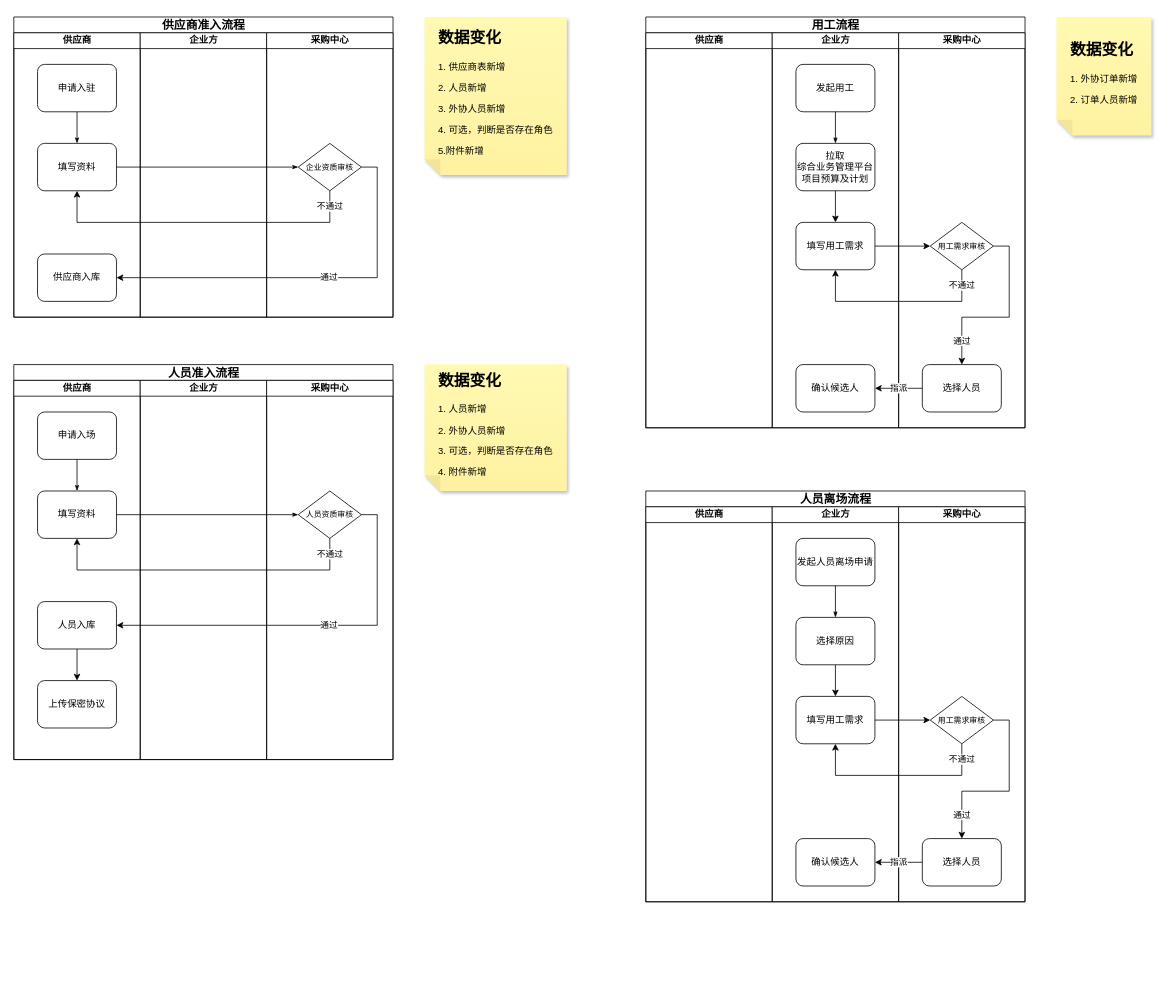
This is page "供应商准入流程" (1 of 2) of extend-staff/流程图.drawio from Qunz/drawio, a draw.io file, before an edit. Source tidied: cells renumbered, new cells numbered last; positions are measured from the earlier drawing's top-left corner, leaving out a move shared by most shapes. Both pictures are drawn from the tidied source at 79%, with x=0, y=0 at pixel (13, 17).
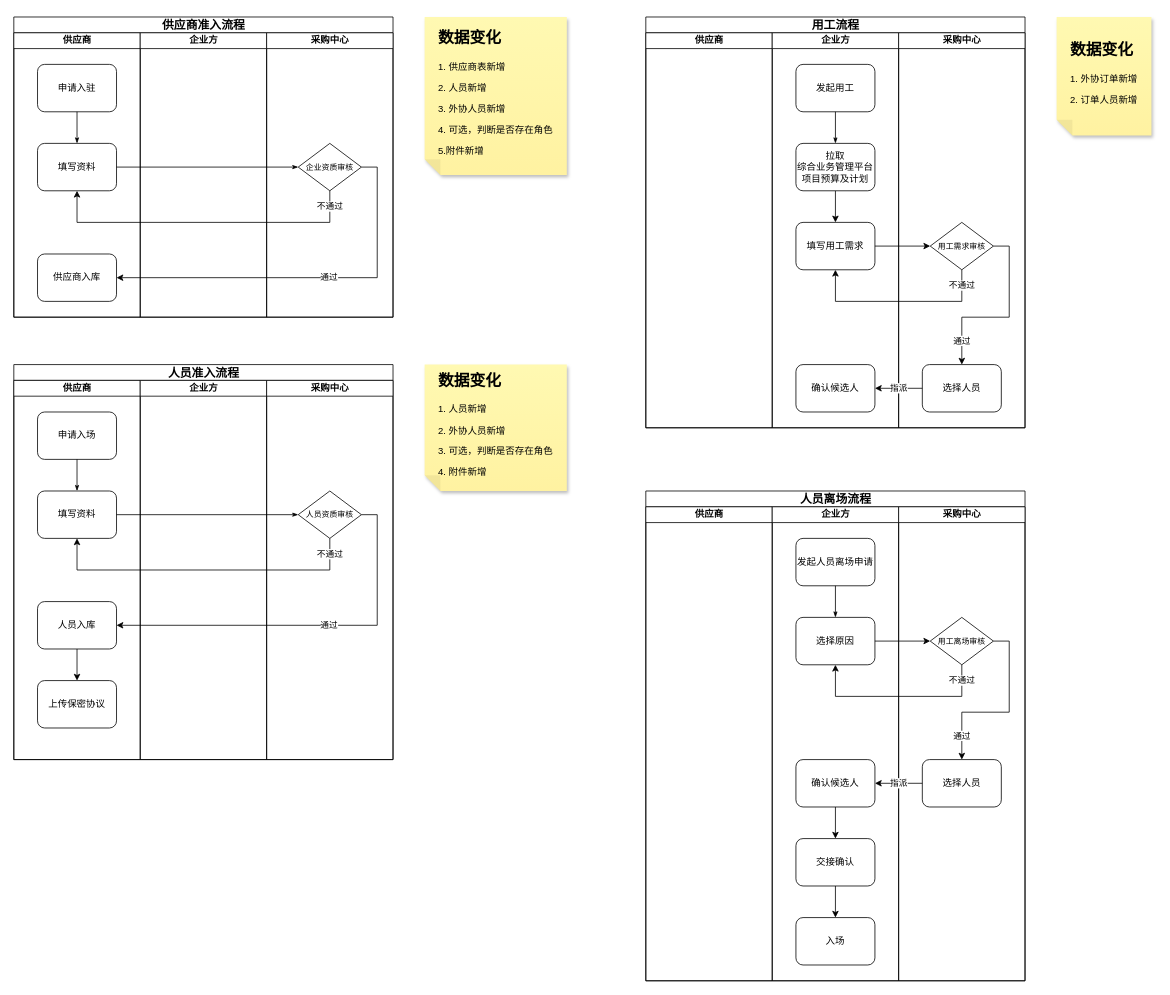
After the change.

Commit message (it also covers changes not shown here):
更新流程图.drawio

The change refers to these unchanged cells:
```xml
<mxCell id="68" value="选择原因" style="rounded=1;whiteSpace=wrap;html=1;shadow=0;labelBackgroundColor=none;strokeWidth=1;fontFamily=Verdana;fontSize=12;align=center;" parent="65" vertex="1">
  <mxGeometry x="30" y="140" width="100" height="60" as="geometry" />
</mxCell>
```

Change to the diagram source:
```diff
@@
     <mxCell id="59" value="人员离场流程" style="swimlane;html=1;startSize=20;rounded=0;shadow=0;labelBackgroundColor=none;strokeWidth=1;fontFamily=Verdana;fontSize=15;align=center;" parent="1" vertex="1">
-      <mxGeometry x="800" y="600" width="480" height="520" as="geometry" />
+      <mxGeometry x="800" y="600" width="480" height="620" as="geometry" />
     </mxCell>
     <mxCell id="60" value="供应商" style="swimlane;html=1;startSize=20;" parent="59" vertex="1">
-      <mxGeometry y="20" width="160" height="500" as="geometry" />
+      <mxGeometry y="20" width="160" height="600" as="geometry" />
     </mxCell>
@@
     <mxCell id="65" value="企业方" style="swimlane;html=1;startSize=20;" parent="59" vertex="1">
-      <mxGeometry x="160" y="20" width="160" height="500" as="geometry" />
+      <mxGeometry x="160" y="20" width="160" height="600" as="geometry" />
     </mxCell>
@@
-    <mxCell id="67" style="edgeStyle=orthogonalEdgeStyle;rounded=0;jettySize=auto;html=1;" parent="65" edge="1" source="68" target="70">
-      <mxGeometry relative="1" as="geometry" />
-    </mxCell>
@@
-    <mxCell id="70" value="填写用工需求" style="rounded=1;whiteSpace=wrap;html=1;shadow=0;labelBackgroundColor=none;strokeWidth=1;fontFamily=Verdana;fontSize=12;align=center;" parent="65" vertex="1">
-      <mxGeometry x="30" y="240" width="100" height="60" as="geometry" />
-    </mxCell>
+    <mxCell id="79" style="edgeStyle=orthogonalEdgeStyle;rounded=0;jettySize=auto;html=1;" parent="65" edge="1" source="71" target="81">
+      <mxGeometry relative="1" as="geometry" />
+    </mxCell>
     <mxCell id="71" value="确认候选人" style="rounded=1;whiteSpace=wrap;html=1;shadow=0;labelBackgroundColor=none;strokeWidth=1;fontFamily=Verdana;fontSize=12;align=center;" parent="65" vertex="1">
-      <mxGeometry x="30" y="420" width="100" height="60" as="geometry" />
+      <mxGeometry x="30" y="320" width="100" height="60" as="geometry" />
     </mxCell>
+    <mxCell id="80" style="edgeStyle=orthogonalEdgeStyle;rounded=0;jettySize=auto;html=1;" parent="65" edge="1" source="81" target="82">
+      <mxGeometry relative="1" as="geometry" />
+    </mxCell>
+    <mxCell id="81" value="交接确认" style="rounded=1;whiteSpace=wrap;html=1;shadow=0;labelBackgroundColor=none;strokeWidth=1;fontFamily=Verdana;fontSize=12;align=center;" parent="65" vertex="1">
+      <mxGeometry x="30" y="420" width="100" height="60" as="geometry" />
+    </mxCell>
+    <mxCell id="82" value="入场" style="rounded=1;whiteSpace=wrap;html=1;shadow=0;labelBackgroundColor=none;strokeWidth=1;fontFamily=Verdana;fontSize=12;align=center;" parent="65" vertex="1">
+      <mxGeometry x="30" y="520" width="100" height="60" as="geometry" />
+    </mxCell>
     <mxCell id="72" value="采购中心" style="swimlane;html=1;startSize=20;" parent="59" vertex="1">
-      <mxGeometry x="320" y="20" width="160" height="500" as="geometry" />
+      <mxGeometry x="320" y="20" width="160" height="600" as="geometry" />
     </mxCell>
-    <mxCell id="73" value="用工需求审核" style="rhombus;whiteSpace=wrap;html=1;rounded=0;shadow=0;labelBackgroundColor=none;strokeWidth=1;fontFamily=Verdana;fontSize=10;align=center;" parent="72" vertex="1">
-      <mxGeometry x="40" y="240" width="80" height="60" as="geometry" />
+    <mxCell id="73" value="用工离场审核" style="rhombus;whiteSpace=wrap;html=1;rounded=0;shadow=0;labelBackgroundColor=none;strokeWidth=1;fontFamily=Verdana;fontSize=10;align=center;" parent="72" vertex="1">
+      <mxGeometry x="40" y="140" width="80" height="60" as="geometry" />
     </mxCell>
     <mxCell id="74" value="选择人员" style="rounded=1;whiteSpace=wrap;html=1;shadow=0;labelBackgroundColor=none;strokeWidth=1;fontFamily=Verdana;fontSize=12;align=center;" parent="72" vertex="1">
-      <mxGeometry x="30" y="420" width="100" height="60" as="geometry" />
+      <mxGeometry x="30" y="320" width="100" height="60" as="geometry" />
     </mxCell>
@@
-    <mxCell id="76" style="edgeStyle=orthogonalEdgeStyle;rounded=0;jettySize=auto;html=1;" parent="59" edge="1" source="70" target="73">
-      <mxGeometry relative="1" as="geometry" />
-    </mxCell>
@@
-    <mxCell id="78" value="不通过" style="edgeStyle=orthogonalEdgeStyle;rounded=0;jettySize=auto;html=1;entryX=0.5;entryY=1;entryDx=0;entryDy=0;" parent="59" edge="1" source="73" target="70">
+    <mxCell id="78" value="不通过" style="edgeStyle=orthogonalEdgeStyle;rounded=0;jettySize=auto;html=1;" parent="59" edge="1" source="73" target="68">
       <mxGeometry x="-0.83" relative="1" as="geometry">
         <Array as="points">
-          <mxPoint x="400" y="360" />
-          <mxPoint x="240" y="360" />
+          <mxPoint x="400" y="260" />
+          <mxPoint x="240" y="260" />
         </Array>
       </mxGeometry>
     </mxCell>
+    <mxCell id="67" style="edgeStyle=orthogonalEdgeStyle;rounded=0;jettySize=auto;html=1;" parent="59" edge="1" source="68" target="73">
+      <mxGeometry relative="1" as="geometry" />
+    </mxCell>
```
